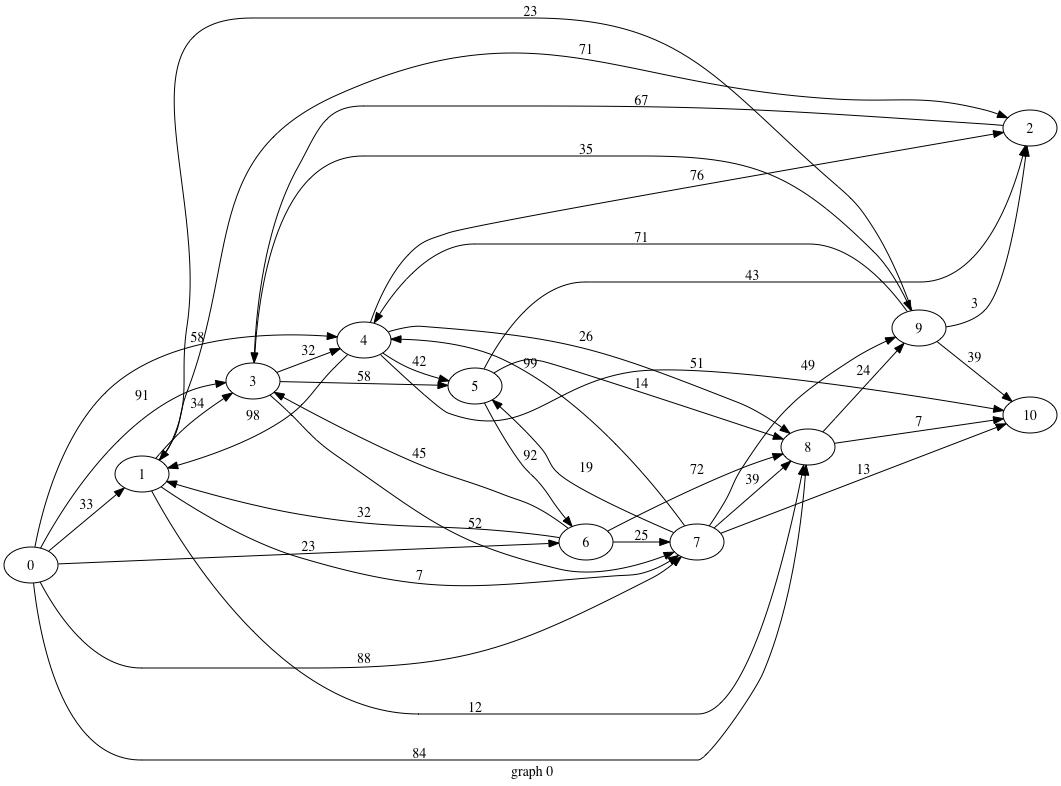
Earlier version of the Graphviz export graph0.dot.png (yesheng7152/CSC301--Finding-Maximum-Flow). Its source is kept beside it as graph0.dot. Source of this version:
```dot
digraph g{

rankdir = LR
0 -> 1 [label = " 33 "];
0 -> 3 [label = " 91 "];
0 -> 4 [label = " 58 "];
0 -> 6 [label = " 23 "];
0 -> 7 [label = " 88 "];
0 -> 8 [label = " 84 "];
1 -> 2 [label = " 71 "];
1 -> 3 [label = " 34 "];
1 -> 7 [label = " 7 "];
1 -> 8 [label = " 12 "];
2 -> 3 [label = " 67 "];
3 -> 4 [label = " 32 "];
3 -> 5 [label = " 58 "];
3 -> 7 [label = " 52 "];
3 -> 9 [label = " 35 "];
4 -> 1 [label = " 98 "];
4 -> 2 [label = " 76 "];
4 -> 5 [label = " 42 "];
4 -> 8 [label = " 26 "];
4 -> 10 [label = " 51 "];
5 -> 2 [label = " 43 "];
5 -> 6 [label = " 92 "];
5 -> 8 [label = " 14 "];
6 -> 1 [label = " 32 "];
6 -> 3 [label = " 45 "];
6 -> 7 [label = " 25 "];
6 -> 8 [label = " 72 "];
7 -> 4 [label = " 99 "];
7 -> 5 [label = " 19 "];
7 -> 8 [label = " 39 "];
7 -> 9 [label = " 49 "];
7 -> 10 [label = " 13 "];
8 -> 9 [label = " 24 "];
8 -> 10 [label = " 7 "];
9 -> 1 [label = " 23 "];
9 -> 2 [label = " 3 "];
9 -> 4 [label = " 71 "];
9 -> 10 [label = " 39 "];

label = " graph 0"
}
```
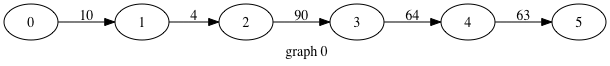
The same diagram one commit later.

What changed in the source:
```diff
@@ -1,44 +1,11 @@
 digraph g{
 
 rankdir = LR
-0 -> 1 [label = " 33 "];
-0 -> 3 [label = " 91 "];
-0 -> 4 [label = " 58 "];
-0 -> 6 [label = " 23 "];
-0 -> 7 [label = " 88 "];
-0 -> 8 [label = " 84 "];
-1 -> 2 [label = " 71 "];
-1 -> 3 [label = " 34 "];
-1 -> 7 [label = " 7 "];
-1 -> 8 [label = " 12 "];
-2 -> 3 [label = " 67 "];
-3 -> 4 [label = " 32 "];
-3 -> 5 [label = " 58 "];
-3 -> 7 [label = " 52 "];
-3 -> 9 [label = " 35 "];
-4 -> 1 [label = " 98 "];
-4 -> 2 [label = " 76 "];
-4 -> 5 [label = " 42 "];
-4 -> 8 [label = " 26 "];
-4 -> 10 [label = " 51 "];
-5 -> 2 [label = " 43 "];
-5 -> 6 [label = " 92 "];
-5 -> 8 [label = " 14 "];
-6 -> 1 [label = " 32 "];
-6 -> 3 [label = " 45 "];
-6 -> 7 [label = " 25 "];
-6 -> 8 [label = " 72 "];
-7 -> 4 [label = " 99 "];
-7 -> 5 [label = " 19 "];
-7 -> 8 [label = " 39 "];
-7 -> 9 [label = " 49 "];
-7 -> 10 [label = " 13 "];
-8 -> 9 [label = " 24 "];
-8 -> 10 [label = " 7 "];
-9 -> 1 [label = " 23 "];
-9 -> 2 [label = " 3 "];
-9 -> 4 [label = " 71 "];
-9 -> 10 [label = " 39 "];
+0 -> 1 [label = " 10 "];
+1 -> 2 [label = " 4 "];
+2 -> 3 [label = " 90 "];
+3 -> 4 [label = " 64 "];
+4 -> 5 [label = " 63 "];
 
 label = " graph 0"
 }
```
